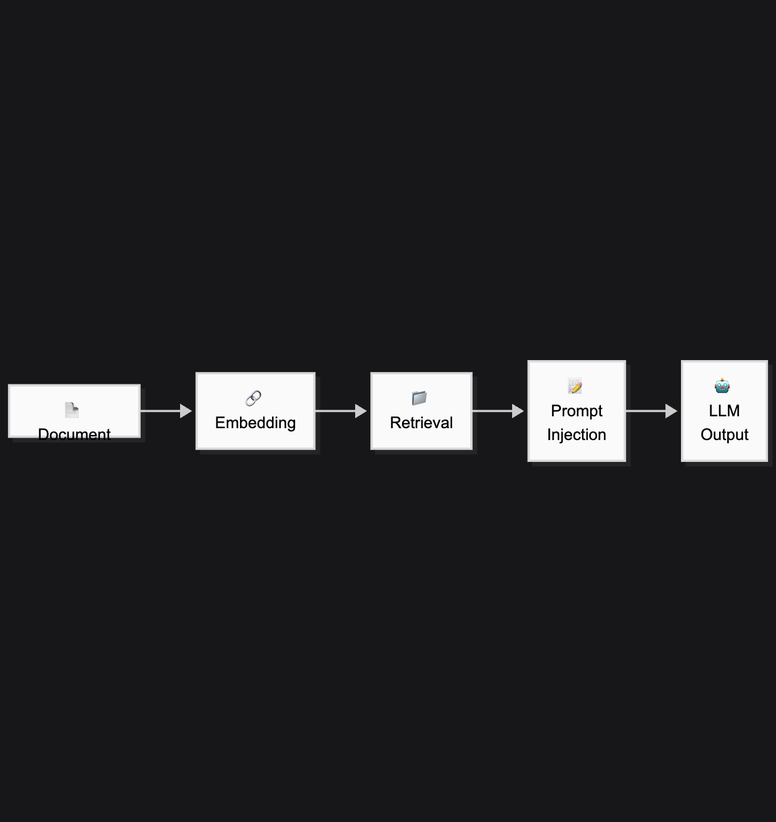
shellylac/acspri_llm_guide keeps this Mermaid diagram as shared_assets/visuals/diagrams_png/rag.png. Above is the earlier version. Its source is kept beside it as shared_assets/visuals/diagrams/rag.mmd.
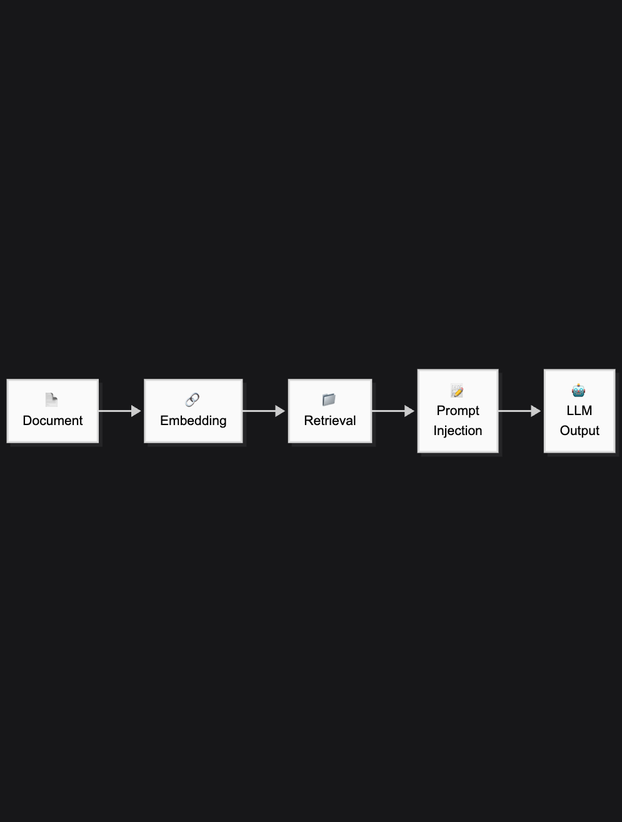
Later version of the same file.

The edit, as a diff of the source:
```diff
@@ -5,7 +5,9 @@
     style D fill:#FAFAFA,stroke:#D9D9D9,color:#000
     style E fill:#FAFAFA,stroke:#D9D9D9,color:#000
 
-    A["📄 Document"] --> B["🔗
+
+    A["📄
+    Document"] --> B["🔗
 Embedding"]
     B --> C["📁
 Retrieval"]
```
